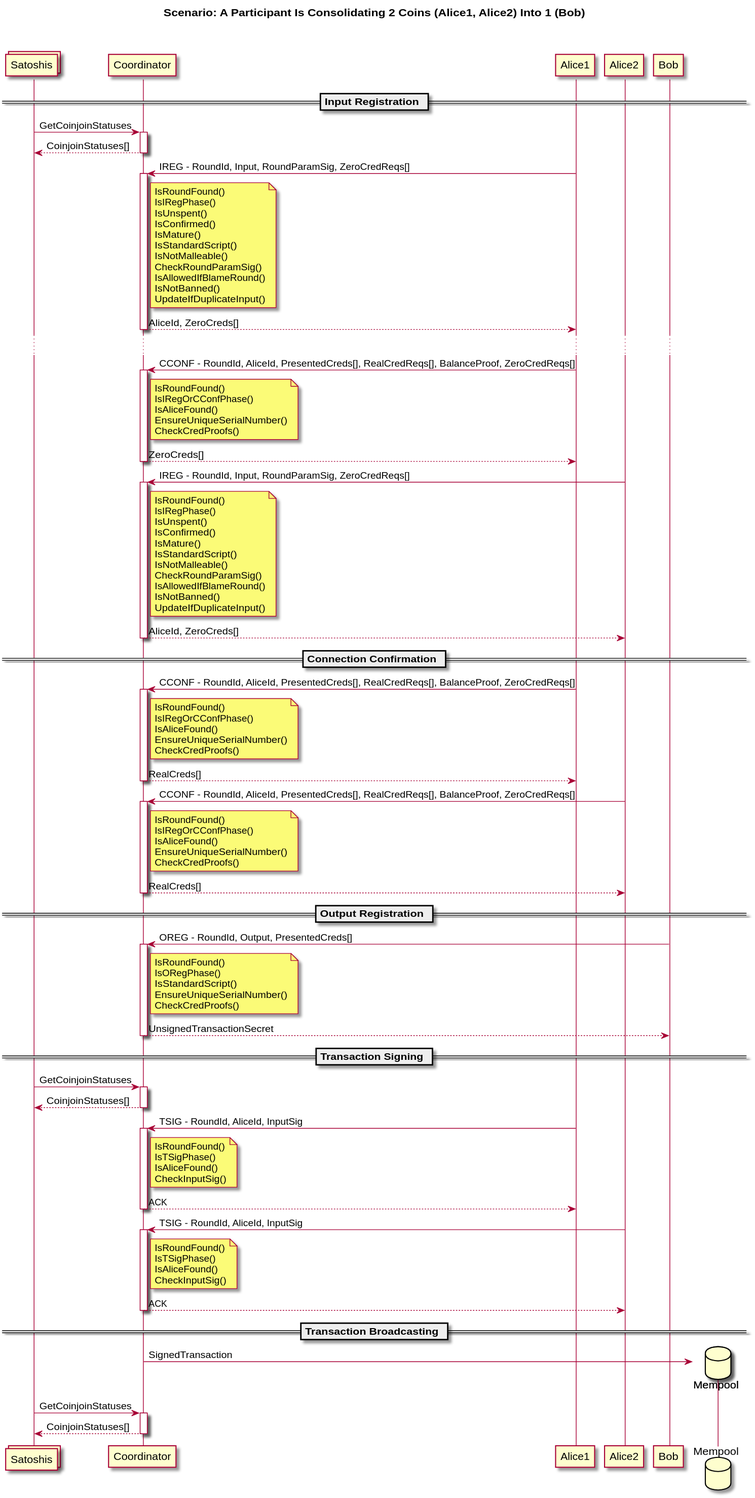
Before: diagrams/interaction_diagram.svg, a diagram exported from PlantUML (WalletWasabi/WabiSabi).
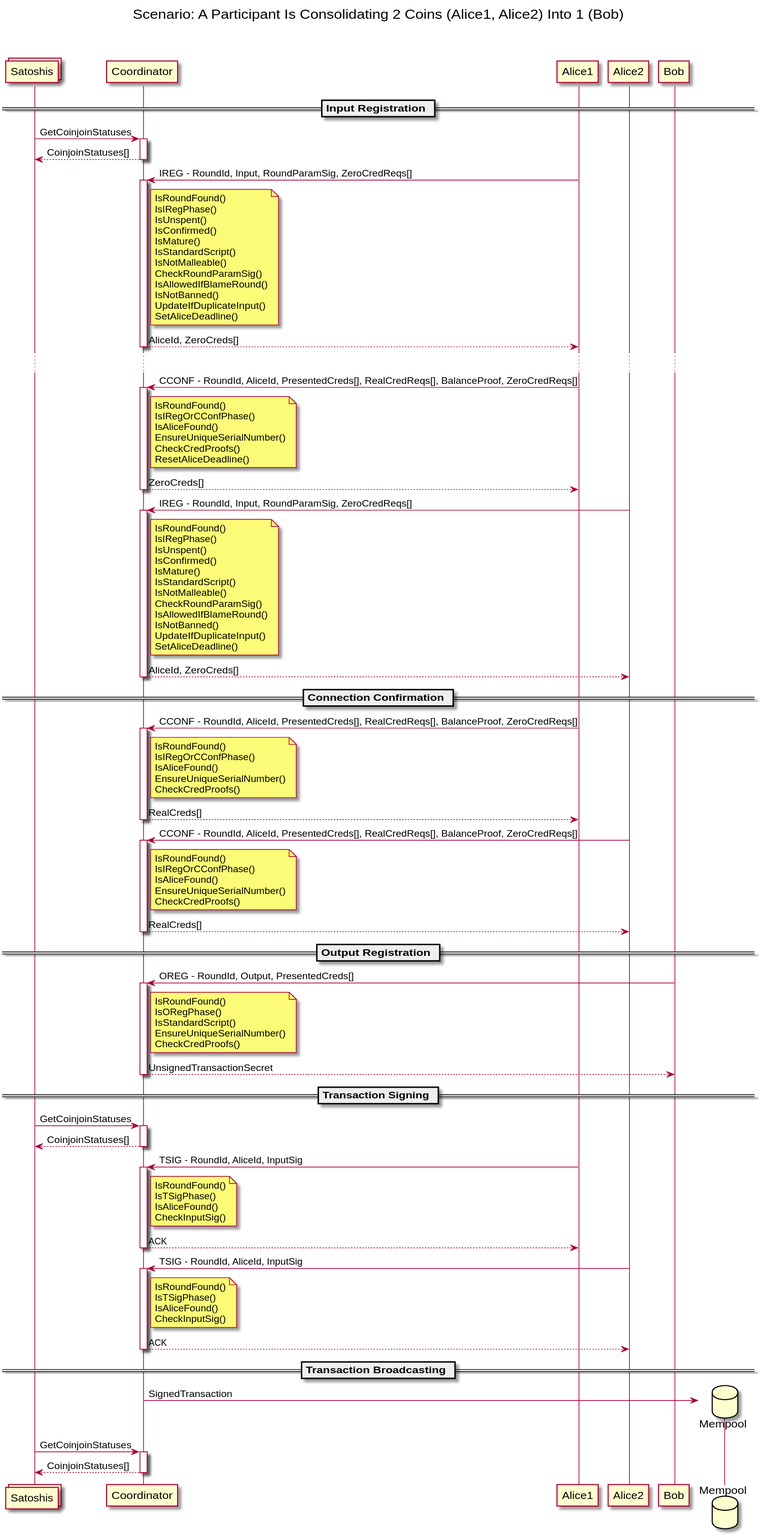
Above is the later version.

What changed in the source:
```diff
@@ -26,6 +26,7 @@
     IsAllowedIfBlameRound()
     IsNotBanned()
     UpdateIfDuplicateInput()
+    SetAliceDeadline()
 end note
 return AliceId, ZeroCreds[]
 ...
@@ -37,6 +38,7 @@
     IsAliceFound()
     EnsureUniqueSerialNumber()
     CheckCredProofs()
+    ResetAliceDeadline()
 end note
 return ZeroCreds[]
 
@@ -53,6 +55,7 @@
     IsAllowedIfBlameRound()
     IsNotBanned()
     UpdateIfDuplicateInput()
+    SetAliceDeadline()
 end note
 return AliceId, ZeroCreds[]
 
@@ -119,5 +122,4 @@
 
 Satoshis -> Coordinator ++ : GetCoinjoinStatuses
 return CoinjoinStatuses[]
-
 @enduml
```
